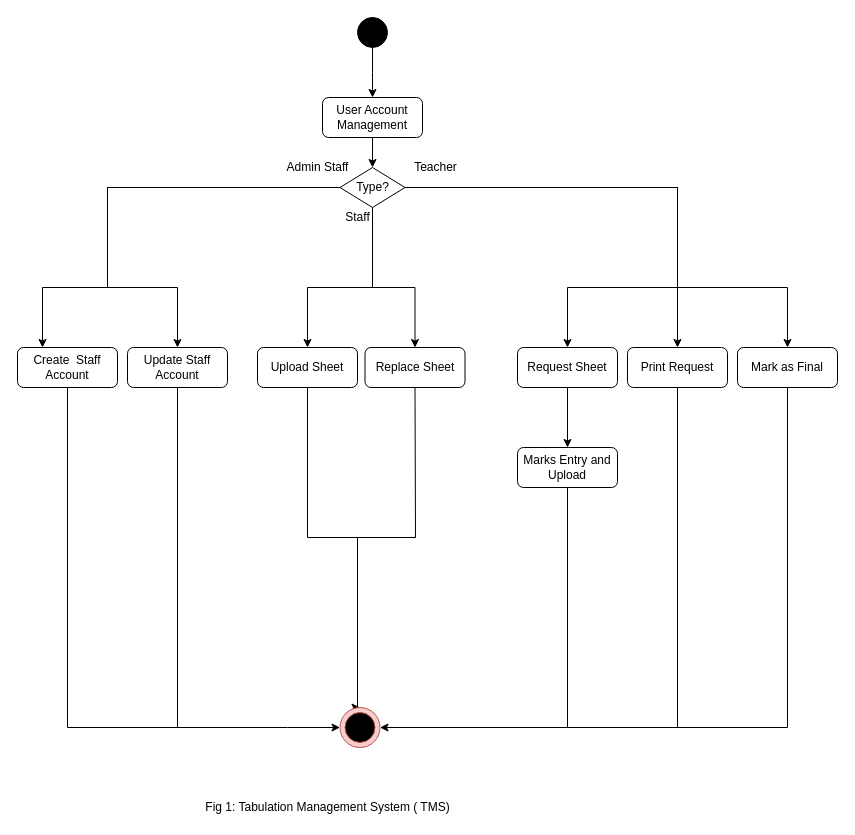
Above: page "Activity-1" (1 of 9) of Untitled Diagram.drawio in Tahsinoshin/test (draw.io), before the change. Source tidied: cells renumbered, new cells numbered last; positions are measured from the earlier drawing's top-left corner, leaving out a move shared by most shapes. Both pictures are drawn from the tidied source at 100%, with x=0, y=0 at pixel (17, 17).
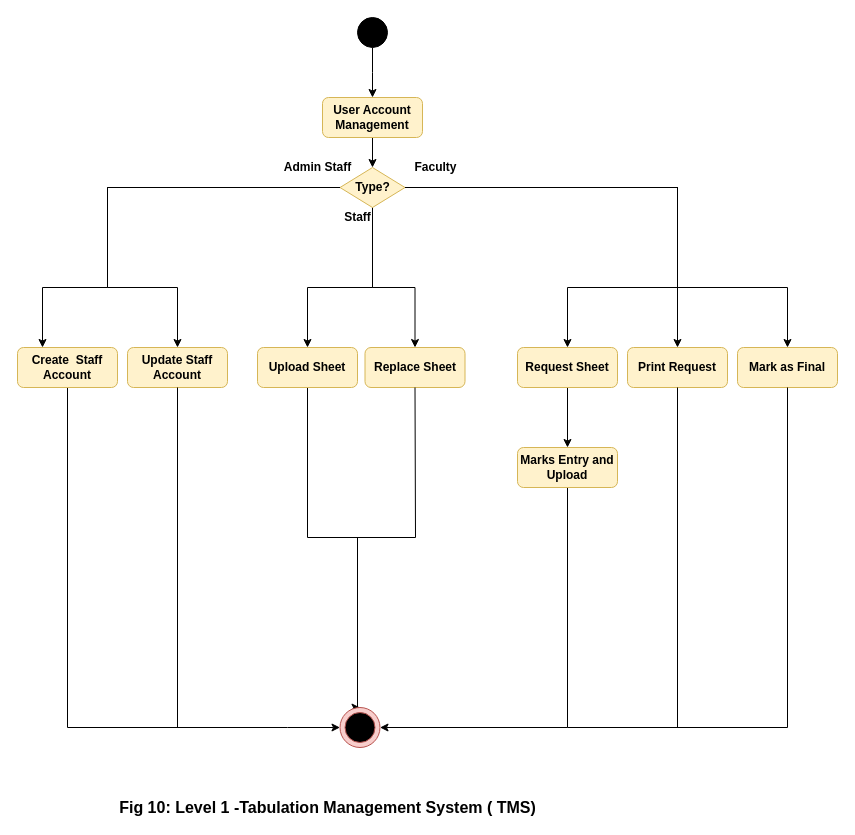
After the change.

The edit, as a diff of the source:
```diff
@@
-    <mxCell id="5" value="User Account Management" style="rounded=1;whiteSpace=wrap;html=1;" parent="1" vertex="1">
+    <mxCell id="5" value="&lt;b&gt;User Account Management&lt;/b&gt;" style="rounded=1;whiteSpace=wrap;html=1;fillColor=#fff2cc;strokeColor=#d6b656;" parent="1" vertex="1">
       <mxGeometry x="305" y="80" width="100" height="40" as="geometry" />
     </mxCell>
@@
-    <mxCell id="7" value="Create&amp;nbsp; Staff Account" style="rounded=1;whiteSpace=wrap;html=1;" parent="1" vertex="1">
+    <mxCell id="7" value="&lt;b&gt;Create&amp;nbsp; Staff Account&lt;/b&gt;" style="rounded=1;whiteSpace=wrap;html=1;fillColor=#fff2cc;strokeColor=#d6b656;" parent="1" vertex="1">
       <mxGeometry y="330" width="100" height="40" as="geometry" />
     </mxCell>
-    <mxCell id="8" value="Update Staff Account" style="rounded=1;whiteSpace=wrap;html=1;" parent="1" vertex="1">
+    <mxCell id="8" value="&lt;b&gt;Update Staff Account&lt;/b&gt;" style="rounded=1;whiteSpace=wrap;html=1;fillColor=#fff2cc;strokeColor=#d6b656;" parent="1" vertex="1">
       <mxGeometry x="110" y="330" width="100" height="40" as="geometry" />
     </mxCell>
@@
-    <mxCell id="16" value="Type?" style="rhombus;whiteSpace=wrap;html=1;" parent="1" vertex="1">
+    <mxCell id="16" value="&lt;b&gt;Type?&lt;/b&gt;" style="rhombus;whiteSpace=wrap;html=1;fillColor=#fff2cc;strokeColor=#d6b656;" parent="1" vertex="1">
       <mxGeometry x="322.5" y="150" width="65" height="40" as="geometry" />
     </mxCell>
-    <mxCell id="17" value="Admin Staff" style="text;html=1;align=center;verticalAlign=middle;strokeColor=none;fillColor=none;" parent="1" vertex="1">
+    <mxCell id="17" value="&lt;b&gt;Admin Staff&lt;/b&gt;" style="text;html=1;align=center;verticalAlign=middle;strokeColor=none;fillColor=none;" parent="1" vertex="1">
       <mxGeometry x="260" y="140" width="80" height="20" as="geometry" />
     </mxCell>
-    <mxCell id="18" value="Staff" style="text;html=1;align=center;verticalAlign=middle;strokeColor=none;fillColor=none;" parent="1" vertex="1">
+    <mxCell id="18" value="&lt;b&gt;Staff&lt;/b&gt;" style="text;html=1;align=center;verticalAlign=middle;strokeColor=none;fillColor=none;" parent="1" vertex="1">
       <mxGeometry x="320" y="190" width="40" height="20" as="geometry" />
     </mxCell>
-    <mxCell id="19" value="Teacher" style="text;html=1;align=center;verticalAlign=middle;strokeColor=none;fillColor=none;" parent="1" vertex="1">
+    <mxCell id="19" value="&lt;b&gt;Faculty&lt;/b&gt;" style="text;html=1;align=center;verticalAlign=middle;strokeColor=none;fillColor=none;" parent="1" vertex="1">
       <mxGeometry x="387.5" y="140" width="60" height="20" as="geometry" />
     </mxCell>
@@
-    <mxCell id="21" value="Upload Sheet" style="rounded=1;whiteSpace=wrap;html=1;" parent="1" vertex="1">
+    <mxCell id="21" value="&lt;b&gt;Upload Sheet&lt;/b&gt;" style="rounded=1;whiteSpace=wrap;html=1;fillColor=#fff2cc;strokeColor=#d6b656;" parent="1" vertex="1">
       <mxGeometry x="240" y="330" width="100" height="40" as="geometry" />
     </mxCell>
-    <mxCell id="22" value="Replace Sheet" style="rounded=1;whiteSpace=wrap;html=1;" parent="1" vertex="1">
+    <mxCell id="22" value="&lt;b&gt;Replace Sheet&lt;/b&gt;" style="rounded=1;whiteSpace=wrap;html=1;fillColor=#fff2cc;strokeColor=#d6b656;" parent="1" vertex="1">
       <mxGeometry x="347.5" y="330" width="100" height="40" as="geometry" />
     </mxCell>
@@
-    <mxCell id="24" value="Request Sheet" style="rounded=1;whiteSpace=wrap;html=1;" parent="1" vertex="1">
+    <mxCell id="24" value="&lt;b&gt;Request Sheet&lt;/b&gt;" style="rounded=1;whiteSpace=wrap;html=1;fillColor=#fff2cc;strokeColor=#d6b656;" parent="1" vertex="1">
       <mxGeometry x="500" y="330" width="100" height="40" as="geometry" />
     </mxCell>
@@
-    <mxCell id="26" value="Marks Entry and Upload" style="rounded=1;whiteSpace=wrap;html=1;" parent="1" vertex="1">
+    <mxCell id="26" value="&lt;b&gt;Marks Entry and Upload&lt;/b&gt;" style="rounded=1;whiteSpace=wrap;html=1;fillColor=#fff2cc;strokeColor=#d6b656;" parent="1" vertex="1">
       <mxGeometry x="500" y="430" width="100" height="40" as="geometry" />
     </mxCell>
-    <mxCell id="27" value="Print Request" style="rounded=1;whiteSpace=wrap;html=1;" parent="1" vertex="1">
+    <mxCell id="27" value="&lt;b&gt;Print Request&lt;/b&gt;" style="rounded=1;whiteSpace=wrap;html=1;fillColor=#fff2cc;strokeColor=#d6b656;" parent="1" vertex="1">
       <mxGeometry x="610" y="330" width="100" height="40" as="geometry" />
     </mxCell>
-    <mxCell id="28" value="Mark as Final" style="rounded=1;whiteSpace=wrap;html=1;" parent="1" vertex="1">
+    <mxCell id="28" value="&lt;b&gt;Mark as Final&lt;/b&gt;" style="rounded=1;whiteSpace=wrap;html=1;fillColor=#fff2cc;strokeColor=#d6b656;" parent="1" vertex="1">
       <mxGeometry x="720" y="330" width="100" height="40" as="geometry" />
     </mxCell>
@@
-    <mxCell id="35" value="Fig 1: Tabulation Management System ( TMS) " style="text;html=1;align=center;verticalAlign=middle;strokeColor=none;fillColor=none;" parent="1" vertex="1">
-      <mxGeometry x="180" y="780" width="260" height="20" as="geometry" />
+    <mxCell id="35" value="&lt;b&gt;&lt;font style=&quot;font-size: 16px&quot;&gt;Fig 10: Level 1 -Tabulation Management System ( TMS) &lt;/font&gt;&lt;/b&gt;" style="text;html=1;align=center;verticalAlign=middle;strokeColor=none;fillColor=none;" parent="1" vertex="1">
+      <mxGeometry x="95" y="780" width="430" height="20" as="geometry" />
     </mxCell>
```
